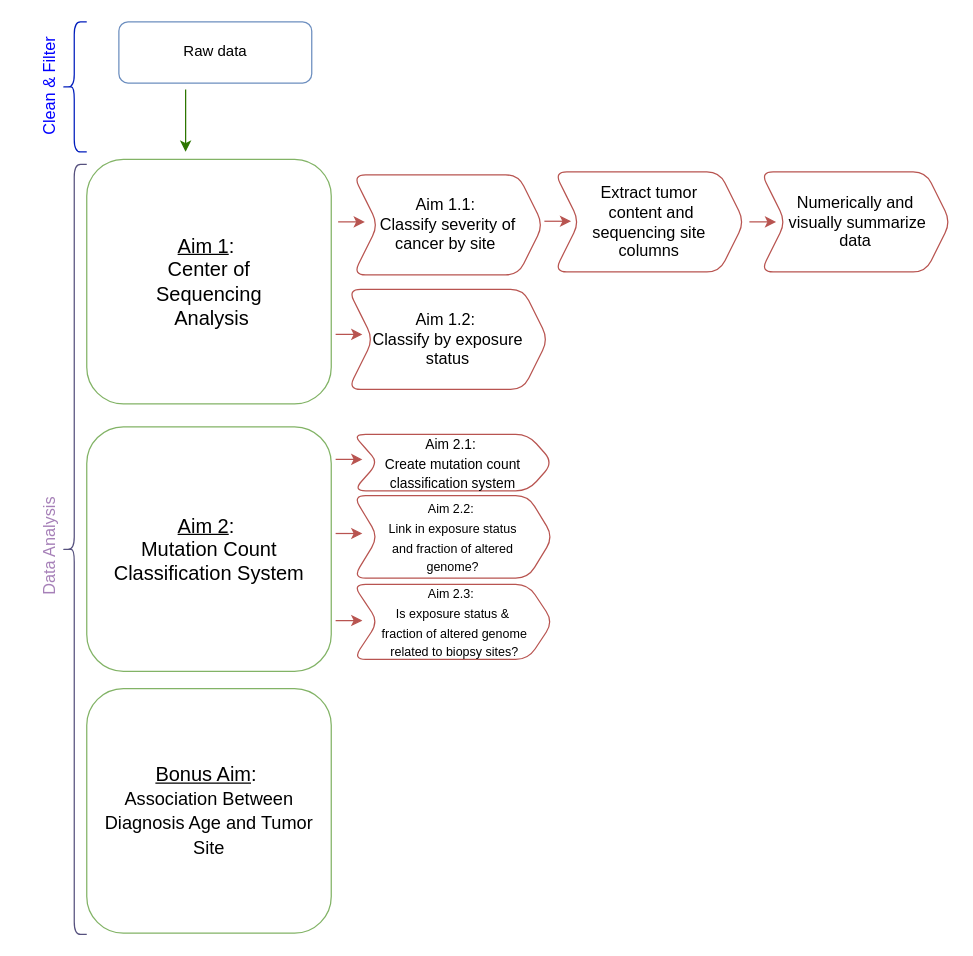
aiy-wish/Data-Wrangling-Project keeps this draw.io diagram as Pipeline_Image.drawio. Above is the earlier version. Source tidied: cells renumbered, new cells numbered last; positions are measured from the earlier drawing's top-left corner, leaving out a move shared by most shapes. Both pictures are drawn from the tidied source at 125%, with x=0, y=0 at pixel (-8, 21).
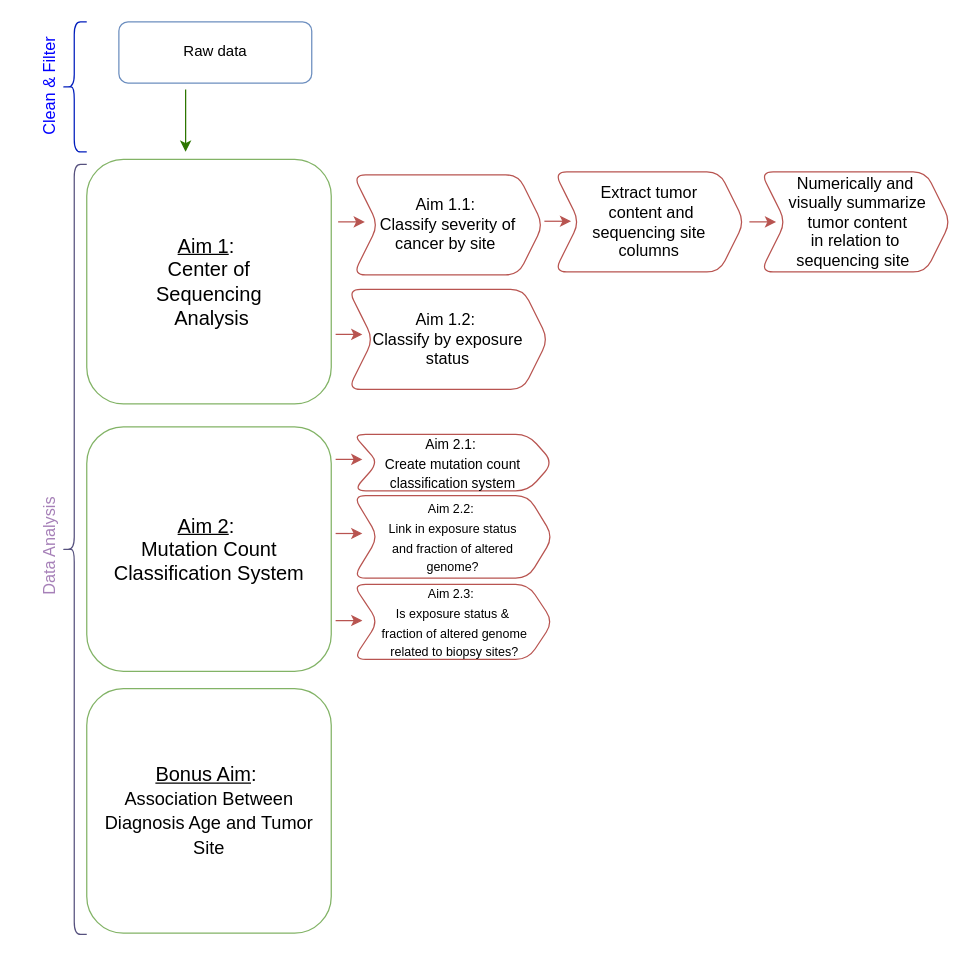
Above is the later version.

Commit message:
Testing img saved -AT

Change to the diagram source:
```diff
@@
-    <mxCell id="27" value="Numerically and&lt;br&gt;&amp;nbsp;visually summarize&lt;br&gt;&amp;nbsp;data&amp;nbsp;" style="shape=step;perimeter=stepPerimeter;whiteSpace=wrap;html=1;fixedSize=1;rounded=1;fontSize=13;verticalAlign=middle;fillColor=#FFFFFF;strokeColor=#b85450;" parent="1" vertex="1">
+    <mxCell id="27" value="Numerically and&lt;br&gt;&amp;nbsp;visually summarize&lt;br&gt;&amp;nbsp;tumor content &lt;br&gt;in relation to &lt;br&gt;sequencing site&amp;nbsp;" style="shape=step;perimeter=stepPerimeter;whiteSpace=wrap;html=1;fixedSize=1;rounded=1;fontSize=13;verticalAlign=middle;fillColor=#FFFFFF;strokeColor=#b85450;" parent="1" vertex="1">
       <mxGeometry x="614" y="120" width="152" height="80" as="geometry" />
     </mxCell>
```
